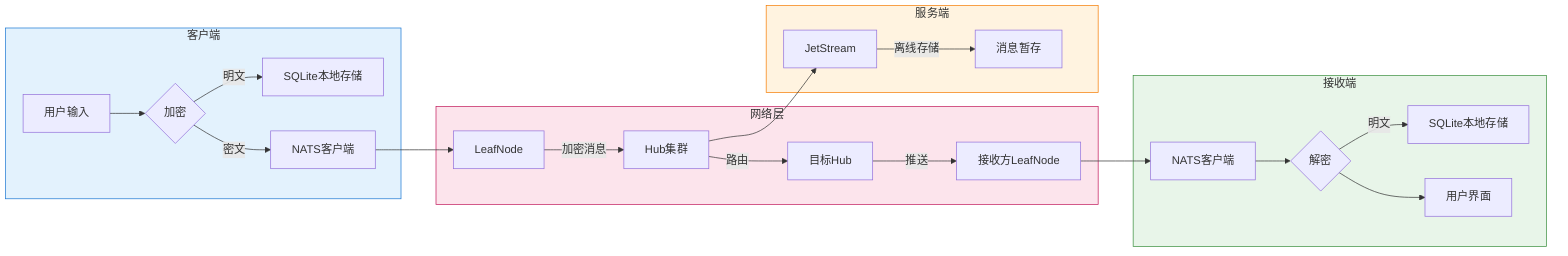
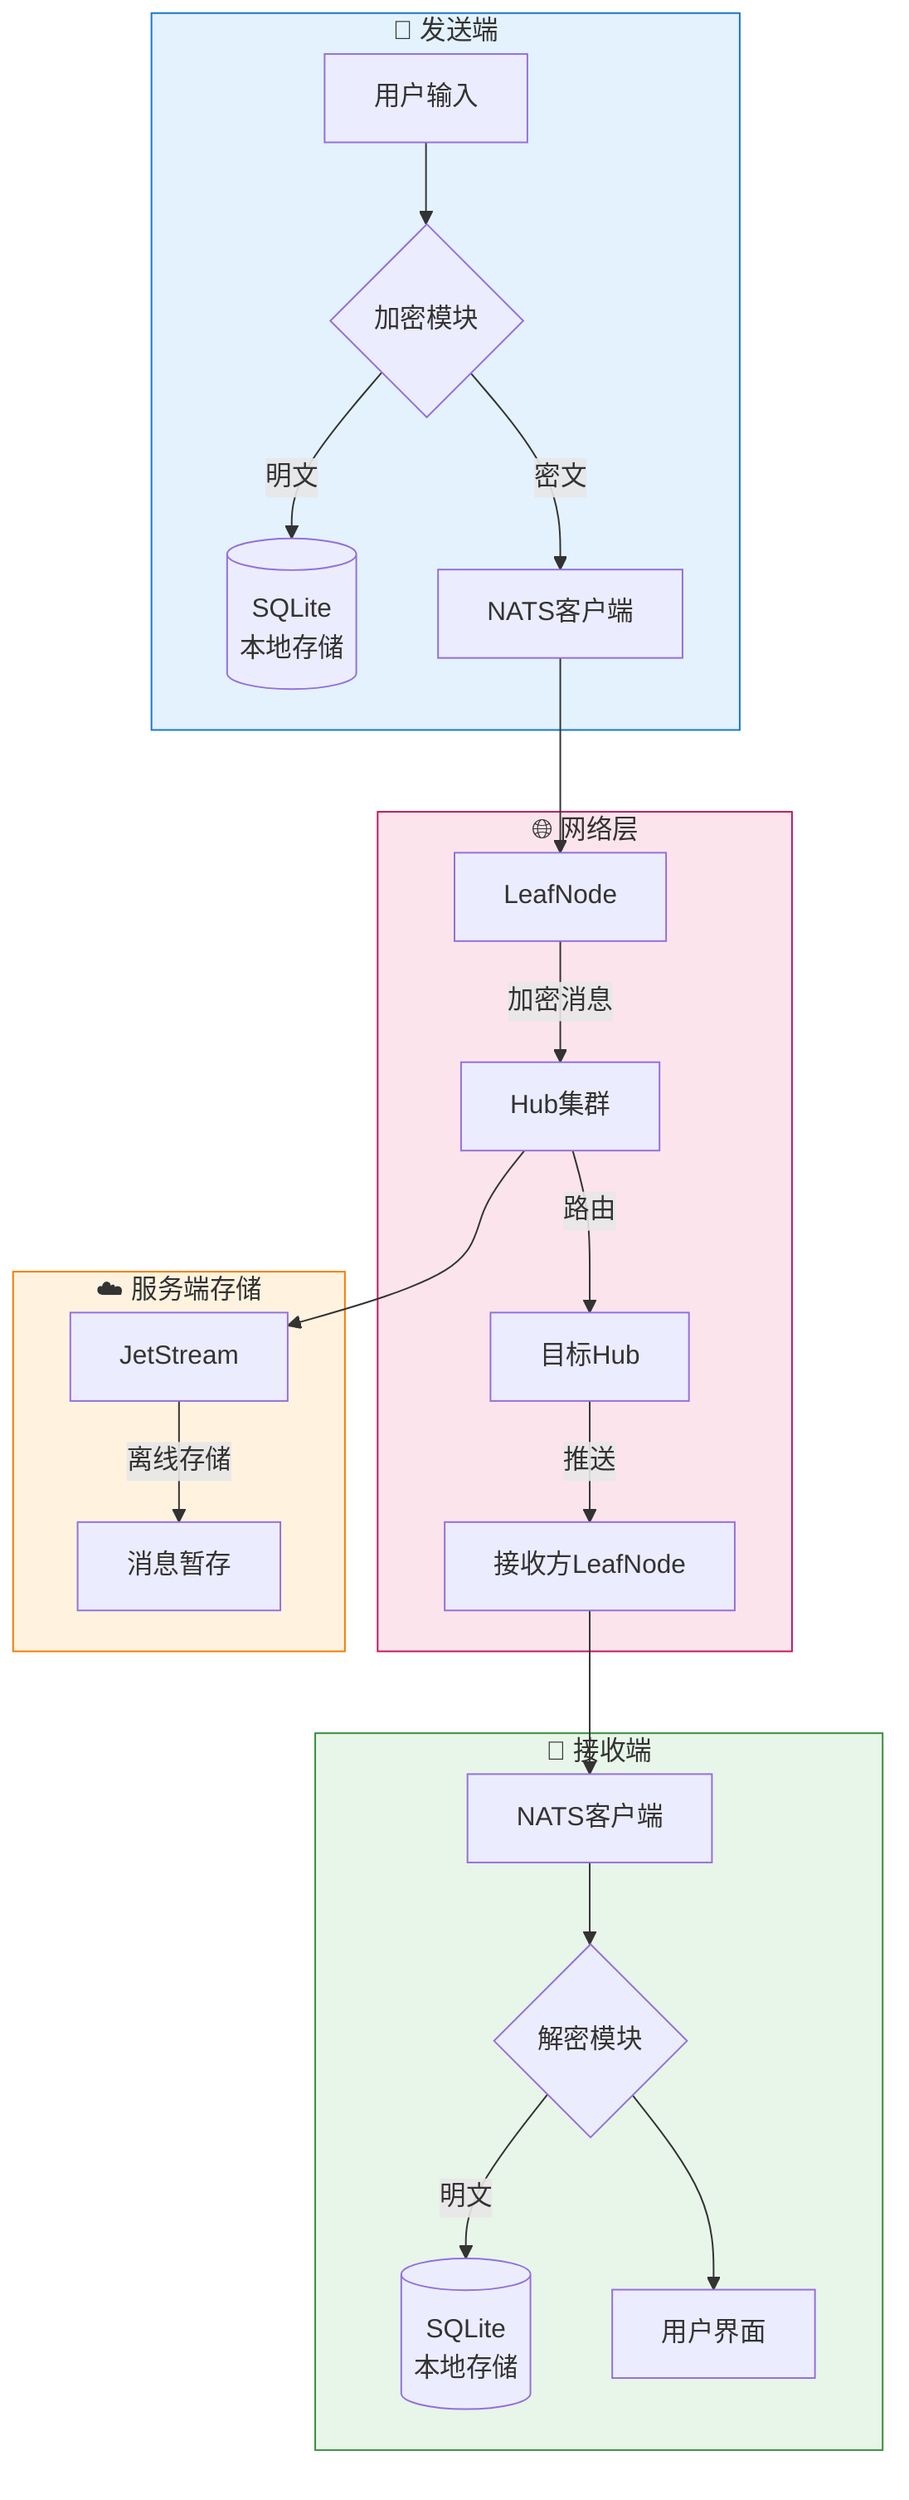
- %% 系统数据流图
- graph LR
-     subgraph Client["客户端"]
-         A[用户输入] --> B{加密}
-         B -->|明文| C[SQLite本地存储]
-         B -->|密文| D[NATS客户端]
+ %% 系统数据流图 - 纵向布局
+ graph TB
+     A[用户输入] --> B{加密模块}
+     B -->|明文| C[(SQLite<br/>本地存储)]
+     B -->|密文| D[NATS客户端]
+ 
+     D --> E[LeafNode]
+     E -->|加密消息| F[Hub集群]
+     F -->|路由| G[目标Hub]
+     G -->|推送| H[接收方LeafNode]
+ 
+     H --> I[NATS客户端]
+     I --> J{解密模块}
+     J -->|明文| K[(SQLite<br/>本地存储)]
+     J --> L[用户界面]
+ 
+     F --> M[JetStream]
+     M -->|离线存储| N[消息暂存]
+ 
+     subgraph Client["📱 发送端"]
+         A
+         B
+         C
+         D
    end

-     subgraph Network["网络层"]
-         D --> E[LeafNode]
-         E -->|加密消息| F[Hub集群]
-         F -->|路由| G[目标Hub]
-         G -->|推送| H[接收方LeafNode]
+     subgraph Network["🌐 网络层"]
+         E
+         F
+         G
+         H
    end

-     subgraph Receiver["接收端"]
-         H --> I[NATS客户端]
-         I --> J{解密}
-         J -->|明文| K[SQLite本地存储]
-         J --> L[用户界面]
+     subgraph Receiver["📱 接收端"]
+         I
+         J
+         K
+         L
    end

-     subgraph Server["服务端"]
-         F --> M[JetStream]
-         M -->|离线存储| N[消息暂存]
+     subgraph Server["☁️ 服务端存储"]
+         M
+         N
    end

    style Client fill:#e3f2fd,stroke:#1976d2
    style Network fill:#fce4ec,stroke:#c2185b
    style Receiver fill:#e8f5e9,stroke:#388e3c
    style Server fill:#fff3e0,stroke:#f57c00
